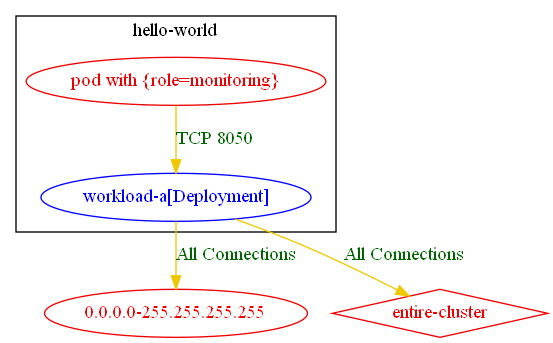
Earlier version of the Graphviz export test_outputs/connlist/exposure_test_conn_with_only_pod_selector_connlist_output.dot.png (np-guard/netpol-analyzer). Its source is kept beside it as test_outputs/connlist/exposure_test_conn_with_only_pod_selector_connlist_output.dot.
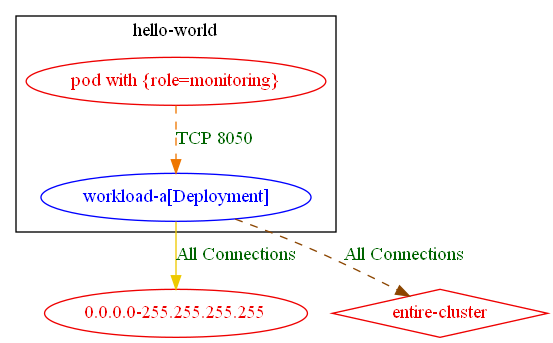
Above is the later version.

Change to the diagram source:
```diff
@@ -9,6 +9,6 @@
 	"0.0.0.0-255.255.255.255" [label="0.0.0.0-255.255.255.255" color="red2" fontcolor="red2"]
 	"entire-cluster" [label="entire-cluster" color="red2" fontcolor="red2" shape=diamond]
 	"hello-world/workload-a[Deployment]" -> "0.0.0.0-255.255.255.255" [label="All Connections" color="gold2" fontcolor="darkgreen"]
-	"hello-world/workload-a[Deployment]" -> "entire-cluster" [label="All Connections" color="gold2" fontcolor="darkgreen" weight=0.5]
-	"pod with {role=monitoring}_in_hello-world" -> "hello-world/workload-a[Deployment]" [label="TCP 8050" color="gold2" fontcolor="darkgreen" weight=1]
+	"hello-world/workload-a[Deployment]" -> "entire-cluster" [label="All Connections" color="darkorange4" fontcolor="darkgreen" weight=0.5 style=dashed]
+	"pod with {role=monitoring}_in_hello-world" -> "hello-world/workload-a[Deployment]" [label="TCP 8050" color="darkorange2" fontcolor="darkgreen" weight=1 style=dashed]
 }
```
